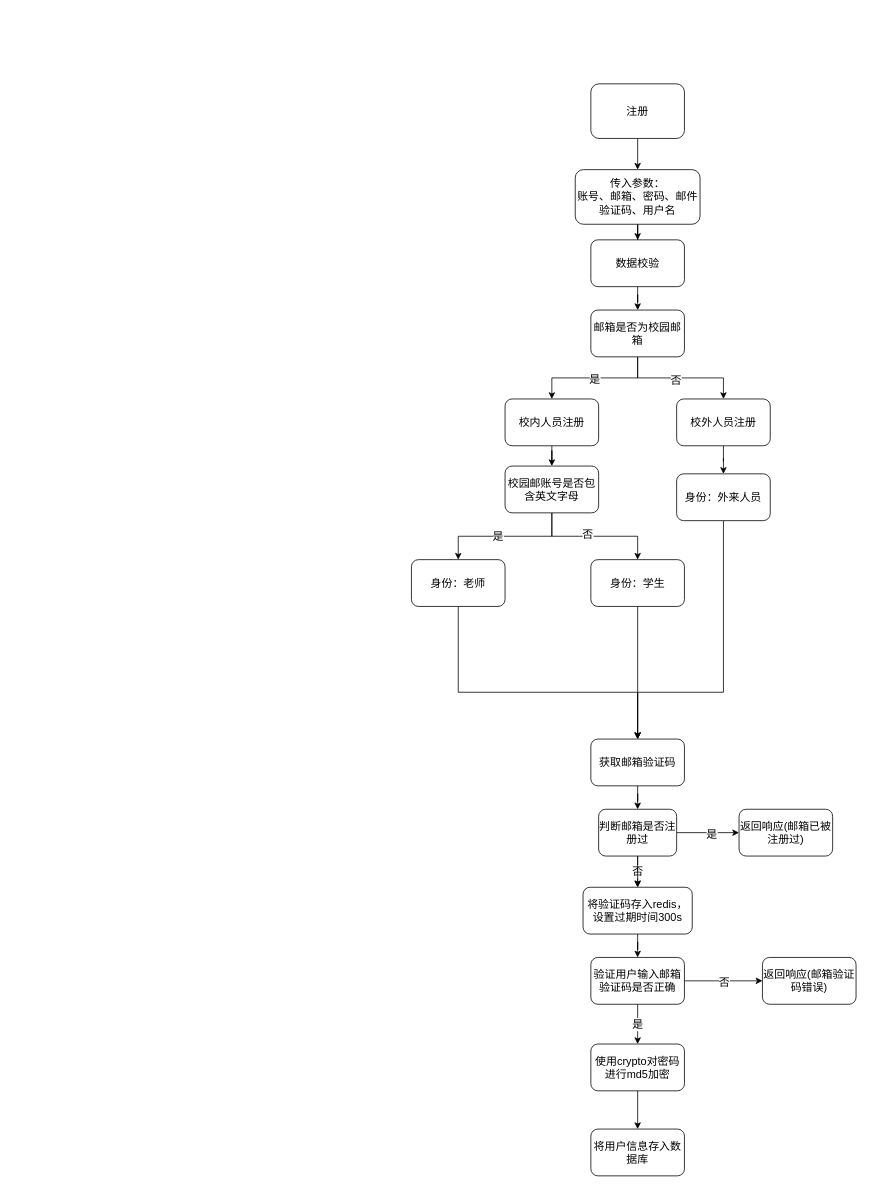
Before: 注册功能逻辑流程图.drawio in AdhereZ/graph, a draw.io diagram. Source tidied: cells renumbered, new cells numbered last; positions are measured from the earlier drawing's top-left corner, leaving out a move shared by most shapes. Both pictures are drawn from the tidied source at 78%, with x=0, y=0 at pixel (411, 83).
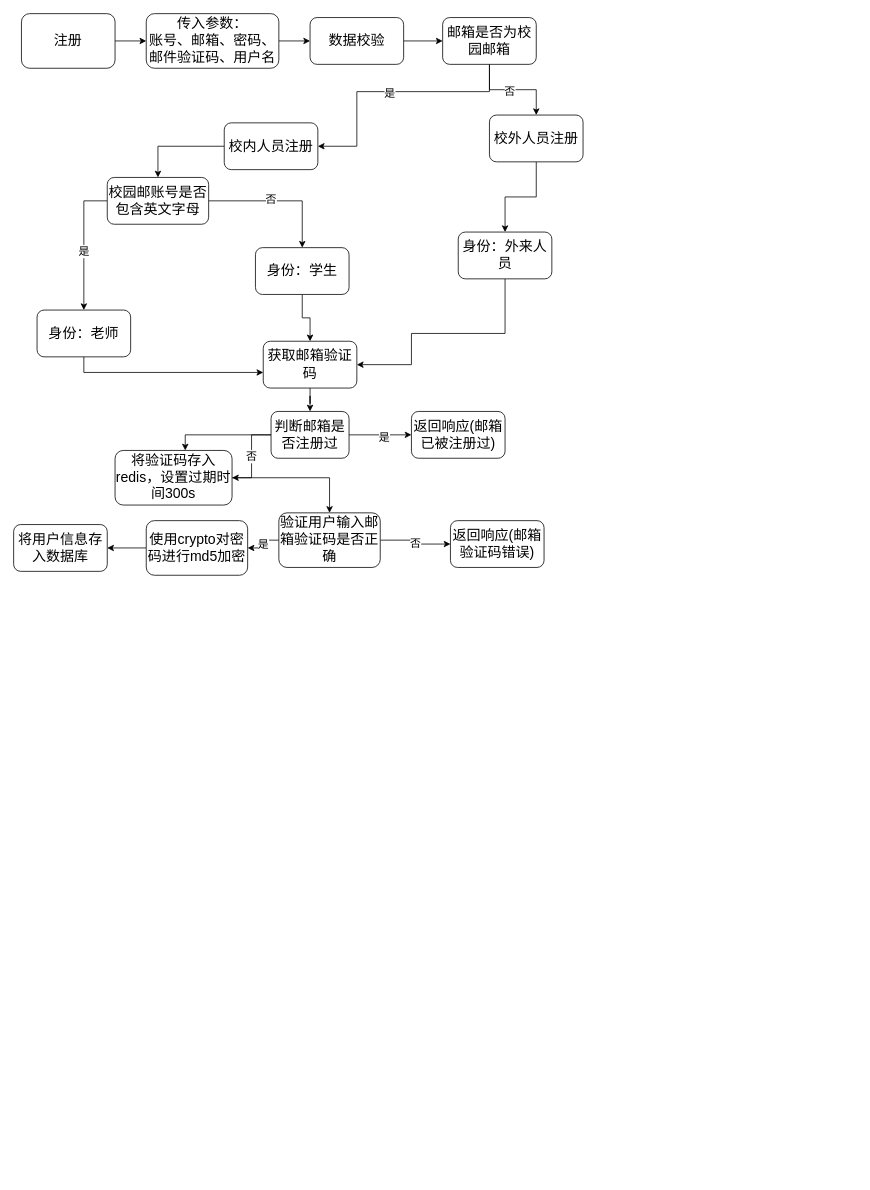
The same diagram, later.

Commit message:
更新注册功能逻辑流程图.drawio

The edit, as a diff of the source:
```diff
@@
-    <mxCell id="3" value="&lt;font style=&quot;font-size: 14px;&quot;&gt;注册&lt;/font&gt;" style="rounded=1;whiteSpace=wrap;html=1;" parent="1" vertex="1">
-      <mxGeometry x="230" width="120" height="70" as="geometry" />
+    <mxCell id="3" value="&lt;font style=&quot;font-size: 18px;&quot;&gt;注册&lt;/font&gt;" style="rounded=1;whiteSpace=wrap;html=1;" parent="1" vertex="1">
+      <mxGeometry x="-500" y="-90" width="120" height="70" as="geometry" />
     </mxCell>
@@
-    <mxCell id="5" value="校内人员注册" style="rounded=1;whiteSpace=wrap;html=1;fontSize=14;" parent="1" vertex="1">
-      <mxGeometry x="120" y="404" width="120" height="60" as="geometry" />
+    <mxCell id="5" value="&lt;font style=&quot;font-size: 18px;&quot;&gt;校内人员注册&lt;/font&gt;" style="rounded=1;whiteSpace=wrap;html=1;fontSize=14;" parent="1" vertex="1">
+      <mxGeometry x="-240" y="50" width="120" height="60" as="geometry" />
     </mxCell>
@@
-    <mxCell id="7" value="校外人员注册" style="rounded=1;whiteSpace=wrap;html=1;fontSize=14;" parent="1" vertex="1">
-      <mxGeometry x="340" y="404" width="120" height="60" as="geometry" />
+    <mxCell id="7" value="&lt;font style=&quot;font-size: 18px;&quot;&gt;校外人员注册&lt;/font&gt;" style="rounded=1;whiteSpace=wrap;html=1;fontSize=14;" parent="1" vertex="1">
+      <mxGeometry x="100" y="40" width="120" height="60" as="geometry" />
     </mxCell>
@@
-    <mxCell id="9" value="数据校验" style="rounded=1;whiteSpace=wrap;html=1;fontSize=14;" parent="1" vertex="1">
-      <mxGeometry x="230" y="200" width="120" height="60" as="geometry" />
+    <mxCell id="9" value="&lt;font style=&quot;font-size: 18px;&quot;&gt;数据校验&lt;/font&gt;" style="rounded=1;whiteSpace=wrap;html=1;fontSize=14;" parent="1" vertex="1">
+      <mxGeometry x="-130" y="-85" width="120" height="60" as="geometry" />
     </mxCell>
     <mxCell id="10" style="edgeStyle=orthogonalEdgeStyle;rounded=0;jettySize=auto;html=1;fontSize=14;" parent="1" edge="1" source="14" target="5">
-      <mxGeometry relative="1" as="geometry" />
+      <mxGeometry relative="1" as="geometry">
+        <Array as="points">
+          <mxPoint x="100" y="10" />
+          <mxPoint x="-70" y="10" />
+        </Array>
+      </mxGeometry>
     </mxCell>
@@
-    <mxCell id="14" value="邮箱是否为校园邮箱" style="rounded=1;whiteSpace=wrap;html=1;fontSize=14;" parent="1" vertex="1">
-      <mxGeometry x="230" y="290" width="120" height="60" as="geometry" />
+    <mxCell id="14" value="&lt;font style=&quot;font-size: 18px;&quot;&gt;邮箱是否为校园邮箱&lt;/font&gt;" style="rounded=1;whiteSpace=wrap;html=1;fontSize=14;" parent="1" vertex="1">
+      <mxGeometry x="40" y="-85" width="120" height="60" as="geometry" />
     </mxCell>
     <mxCell id="15" style="edgeStyle=orthogonalEdgeStyle;rounded=0;jettySize=auto;html=1;fontSize=14;" parent="1" edge="1" source="19" target="21">
-      <mxGeometry relative="1" as="geometry" />
+      <mxGeometry relative="1" as="geometry">
+        <Array as="points">
+          <mxPoint x="-420" y="150" />
+        </Array>
+      </mxGeometry>
     </mxCell>
@@
-    <mxCell id="19" value="校园邮账号是否包含英文字母" style="rounded=1;whiteSpace=wrap;html=1;fontSize=14;" parent="1" vertex="1">
-      <mxGeometry x="120" y="490" width="120" height="60" as="geometry" />
+    <mxCell id="19" value="&lt;font style=&quot;font-size: 18px;&quot;&gt;校园邮账号是否包含英文字母&lt;/font&gt;" style="rounded=1;whiteSpace=wrap;html=1;fontSize=14;" parent="1" vertex="1">
+      <mxGeometry x="-390" y="120" width="130" height="60" as="geometry" />
     </mxCell>
     <mxCell id="20" style="edgeStyle=orthogonalEdgeStyle;rounded=0;jettySize=auto;html=1;fontSize=14;" parent="1" edge="1" source="21" target="25">
       <mxGeometry relative="1" as="geometry">
         <Array as="points">
-          <mxPoint x="60" y="780" />
-          <mxPoint x="290" y="780" />
+          <mxPoint x="-420" y="370" />
         </Array>
       </mxGeometry>
     </mxCell>
-    <mxCell id="21" value="身份：老师" style="rounded=1;whiteSpace=wrap;html=1;fontSize=14;" parent="1" vertex="1">
-      <mxGeometry y="610" width="120" height="60" as="geometry" />
+    <mxCell id="21" value="&lt;font style=&quot;font-size: 18px;&quot;&gt;身份：老师&lt;/font&gt;" style="rounded=1;whiteSpace=wrap;html=1;fontSize=14;" parent="1" vertex="1">
+      <mxGeometry x="-480" y="290" width="120" height="60" as="geometry" />
     </mxCell>
@@
-    <mxCell id="23" value="身份：学生" style="rounded=1;whiteSpace=wrap;html=1;fontSize=14;" parent="1" vertex="1">
-      <mxGeometry x="230" y="610" width="120" height="60" as="geometry" />
+    <mxCell id="23" value="&lt;font style=&quot;font-size: 18px;&quot;&gt;身份：学生&lt;/font&gt;" style="rounded=1;whiteSpace=wrap;html=1;fontSize=14;" parent="1" vertex="1">
+      <mxGeometry x="-200" y="210" width="120" height="60" as="geometry" />
     </mxCell>
@@
-    <mxCell id="25" value="获取邮箱验证码" style="rounded=1;whiteSpace=wrap;html=1;fontSize=14;" parent="1" vertex="1">
-      <mxGeometry x="230" y="840" width="120" height="60" as="geometry" />
+    <mxCell id="25" value="&lt;font style=&quot;font-size: 18px;&quot;&gt;获取邮箱验证码&lt;/font&gt;" style="rounded=1;whiteSpace=wrap;html=1;fontSize=14;" parent="1" vertex="1">
+      <mxGeometry x="-190" y="330" width="120" height="60" as="geometry" />
     </mxCell>
     <mxCell id="26" style="edgeStyle=orthogonalEdgeStyle;rounded=0;jettySize=auto;html=1;fontSize=14;" parent="1" edge="1" source="27" target="25">
       <mxGeometry relative="1" as="geometry">
         <Array as="points">
-          <mxPoint x="400" y="780" />
-          <mxPoint x="290" y="780" />
+          <mxPoint y="320" />
+          <mxPoint y="360" />
         </Array>
       </mxGeometry>
     </mxCell>
-    <mxCell id="27" value="身份：外来人员" style="rounded=1;whiteSpace=wrap;html=1;fontSize=14;" parent="1" vertex="1">
-      <mxGeometry x="340" y="500" width="120" height="60" as="geometry" />
+    <mxCell id="27" value="&lt;font style=&quot;font-size: 18px;&quot;&gt;身份：外来人员&lt;/font&gt;" style="rounded=1;whiteSpace=wrap;html=1;fontSize=14;" parent="1" vertex="1">
+      <mxGeometry x="60" y="190" width="120" height="60" as="geometry" />
     </mxCell>
@@
-    <mxCell id="29" value="将验证码存入redis，设置过期时间300s" style="rounded=1;whiteSpace=wrap;html=1;fontSize=14;" parent="1" vertex="1">
-      <mxGeometry x="220" y="1030" width="140" height="60" as="geometry" />
+    <mxCell id="29" value="&lt;font style=&quot;font-size: 18px;&quot;&gt;将验证码存入redis，设置过期时间300s&lt;/font&gt;" style="rounded=1;whiteSpace=wrap;html=1;fontSize=14;" parent="1" vertex="1">
+      <mxGeometry x="-380" y="470" width="150" height="70" as="geometry" />
     </mxCell>
@@
-    <mxCell id="31" value="使用crypto对密码进行md5加密" style="rounded=1;whiteSpace=wrap;html=1;fontSize=14;" parent="1" vertex="1">
-      <mxGeometry x="230" y="1231" width="120" height="60" as="geometry" />
+    <mxCell id="31" value="&lt;font style=&quot;font-size: 18px;&quot;&gt;使用crypto对密码进行md5加密&lt;/font&gt;" style="rounded=1;whiteSpace=wrap;html=1;fontSize=14;" parent="1" vertex="1">
+      <mxGeometry x="-340" y="560" width="130" height="70" as="geometry" />
     </mxCell>
@@
-    <mxCell id="35" value="验证用户输入邮箱验证码是否正确" style="rounded=1;whiteSpace=wrap;html=1;fontSize=14;" parent="1" vertex="1">
-      <mxGeometry x="230" y="1120" width="120" height="60" as="geometry" />
+    <mxCell id="35" value="&lt;font style=&quot;font-size: 18px;&quot;&gt;验证用户输入邮箱验证码是否正确&lt;/font&gt;" style="rounded=1;whiteSpace=wrap;html=1;fontSize=14;" parent="1" vertex="1">
+      <mxGeometry x="-170" y="550" width="130" height="70" as="geometry" />
     </mxCell>
@@
     <mxCell id="39" style="edgeStyle=orthogonalEdgeStyle;rounded=0;jettySize=auto;html=1;fontSize=14;" parent="1" edge="1" source="40" target="29">
-      <mxGeometry relative="1" as="geometry" />
+      <mxGeometry relative="1" as="geometry">
+        <Array as="points">
+          <mxPoint x="-290" y="450" />
+        </Array>
+      </mxGeometry>
     </mxCell>
-    <mxCell id="40" value="判断邮箱是否注册过" style="rounded=1;whiteSpace=wrap;html=1;fontSize=14;" parent="1" vertex="1">
-      <mxGeometry x="240" y="930" width="100" height="60" as="geometry" />
+    <mxCell id="40" value="&lt;font style=&quot;font-size: 18px;&quot;&gt;判断邮箱是否注册过&lt;/font&gt;" style="rounded=1;whiteSpace=wrap;html=1;fontSize=14;" parent="1" vertex="1">
+      <mxGeometry x="-180" y="420" width="100" height="60" as="geometry" />
     </mxCell>
-    <mxCell id="41" value="返回响应(邮箱已被注册过)" style="rounded=1;whiteSpace=wrap;html=1;fontSize=14;" parent="1" vertex="1">
-      <mxGeometry x="420" y="930" width="120" height="60" as="geometry" />
+    <mxCell id="41" value="&lt;font style=&quot;font-size: 18px;&quot;&gt;返回响应(邮箱已被注册过)&lt;/font&gt;" style="rounded=1;whiteSpace=wrap;html=1;fontSize=14;" parent="1" vertex="1">
+      <mxGeometry y="420" width="120" height="60" as="geometry" />
     </mxCell>
-    <mxCell id="42" value="返回响应(邮箱验证码错误)" style="rounded=1;whiteSpace=wrap;html=1;fontSize=14;" parent="1" vertex="1">
-      <mxGeometry x="450" y="1120" width="120" height="60" as="geometry" />
+    <mxCell id="42" value="&lt;font style=&quot;font-size: 18px;&quot;&gt;返回响应(邮箱验证码错误)&lt;/font&gt;" style="rounded=1;whiteSpace=wrap;html=1;fontSize=14;" parent="1" vertex="1">
+      <mxGeometry x="50" y="560" width="120" height="60" as="geometry" />
     </mxCell>
-    <mxCell id="43" value="将用户信息存入数据库" style="rounded=1;whiteSpace=wrap;html=1;fontSize=14;" parent="1" vertex="1">
-      <mxGeometry x="230" y="1340" width="120" height="60" as="geometry" />
+    <mxCell id="43" value="&lt;font style=&quot;font-size: 18px;&quot;&gt;将用户信息存入数据库&lt;/font&gt;" style="rounded=1;whiteSpace=wrap;html=1;fontSize=14;" parent="1" vertex="1">
+      <mxGeometry x="-510" y="565" width="120" height="60" as="geometry" />
     </mxCell>
@@
-    <mxCell id="45" value="传入参数：&lt;br&gt;账号、邮箱、密码、邮件验证码、用户名" style="rounded=1;whiteSpace=wrap;html=1;fontSize=14;" parent="1" vertex="1">
-      <mxGeometry x="210" y="110" width="160" height="70" as="geometry" />
+    <mxCell id="45" value="&lt;font style=&quot;font-size: 18px;&quot;&gt;传入参数：&lt;br&gt;账号、邮箱、密码、邮件验证码、用户名&lt;/font&gt;" style="rounded=1;whiteSpace=wrap;html=1;fontSize=14;" parent="1" vertex="1">
+      <mxGeometry x="-340" y="-90" width="170" height="70" as="geometry" />
     </mxCell>
```
